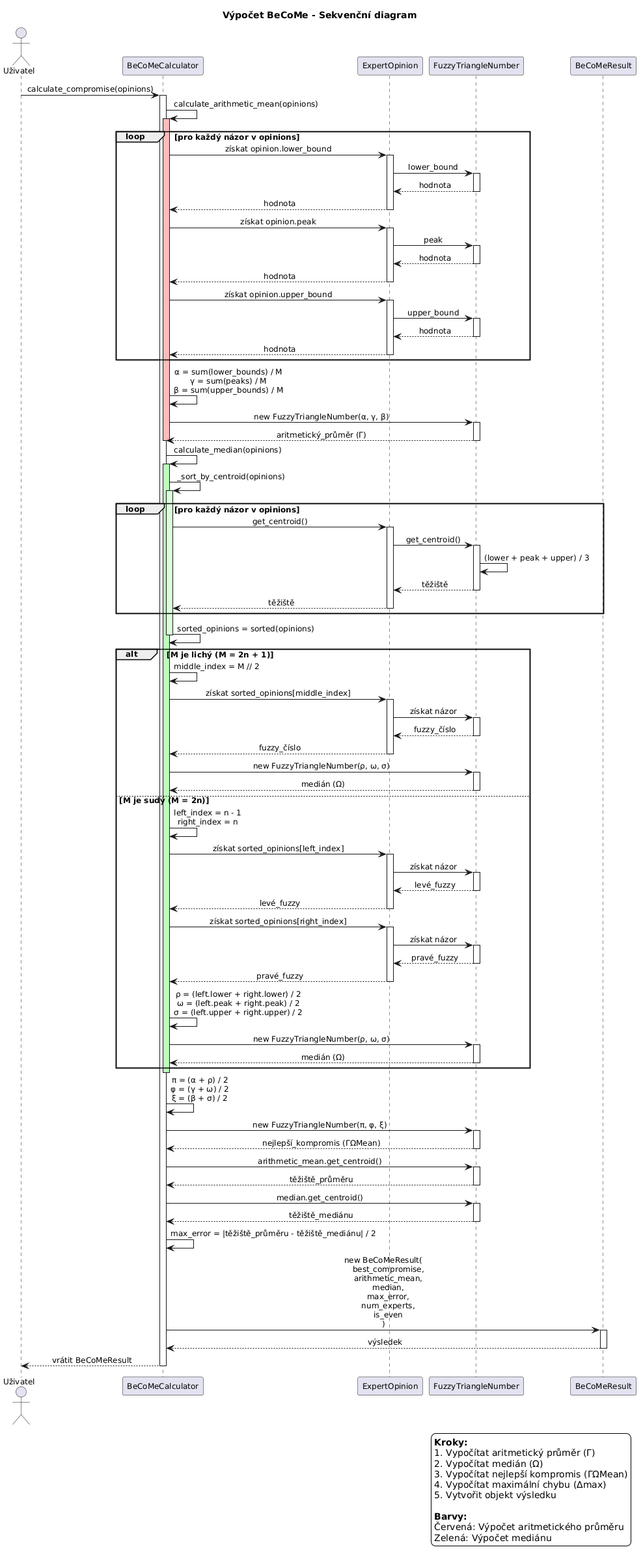
Before: docs/uml-diagrams/cs/diagrams/png/sequence-diagram.png, a diagram exported from PlantUML (caitlon/BeCoMe). The source it was exported from:
```plantuml
@startuml
skinparam sequenceMessageAlign center
skinparam backgroundColor #FFFFFF
skinparam shadowing false
skinparam defaultFontSize 12

title Výpočet BeCoMe - Sekvenční diagram

actor Uživatel
participant "BeCoMeCalculator" as Calculator
participant "ExpertOpinion" as Opinion
participant "FuzzyTriangleNumber" as Fuzzy
participant "BeCoMeResult" as Result

Uživatel -> Calculator: calculate_compromise(opinions)
activate Calculator

Calculator -> Calculator: calculate_arithmetic_mean(opinions)
activate Calculator #FFBBBB

loop pro každý názor v opinions
    Calculator -> Opinion: získat opinion.lower_bound
    activate Opinion
    Opinion -> Fuzzy: lower_bound
    activate Fuzzy
    return hodnota
    return hodnota

    Calculator -> Opinion: získat opinion.peak
    activate Opinion
    Opinion -> Fuzzy: peak
    activate Fuzzy
    return hodnota
    return hodnota

    Calculator -> Opinion: získat opinion.upper_bound
    activate Opinion
    Opinion -> Fuzzy: upper_bound
    activate Fuzzy
    return hodnota
    return hodnota
end

Calculator -> Calculator: α = sum(lower_bounds) / M\nγ = sum(peaks) / M\nβ = sum(upper_bounds) / M

Calculator -> Fuzzy: new FuzzyTriangleNumber(α, γ, β)
activate Fuzzy
return aritmetický_průměr (Γ)

deactivate Calculator

Calculator -> Calculator: calculate_median(opinions)
activate Calculator #BBFFBB

Calculator -> Calculator: _sort_by_centroid(opinions)
activate Calculator #DDFFDD

loop pro každý názor v opinions
    Calculator -> Opinion: get_centroid()
    activate Opinion
    Opinion -> Fuzzy: get_centroid()
    activate Fuzzy
    Fuzzy -> Fuzzy: (lower + peak + upper) / 3
    return těžiště
    return těžiště
end

Calculator -> Calculator: sorted_opinions = sorted(opinions)
deactivate Calculator

alt M je lichý (M = 2n + 1)
    Calculator -> Calculator: middle_index = M // 2
    Calculator -> Opinion: získat sorted_opinions[middle_index]
    activate Opinion
    Opinion -> Fuzzy: získat názor
    activate Fuzzy
    return fuzzy_číslo
    return fuzzy_číslo

    Calculator -> Fuzzy: new FuzzyTriangleNumber(ρ, ω, σ)
    activate Fuzzy
    return medián (Ω)

else M je sudý (M = 2n)
    Calculator -> Calculator: left_index = n - 1\nright_index = n

    Calculator -> Opinion: získat sorted_opinions[left_index]
    activate Opinion
    Opinion -> Fuzzy: získat názor
    activate Fuzzy
    return levé_fuzzy
    return levé_fuzzy

    Calculator -> Opinion: získat sorted_opinions[right_index]
    activate Opinion
    Opinion -> Fuzzy: získat názor
    activate Fuzzy
    return pravé_fuzzy
    return pravé_fuzzy

    Calculator -> Calculator: ρ = (left.lower + right.lower) / 2\nω = (left.peak + right.peak) / 2\nσ = (left.upper + right.upper) / 2

    Calculator -> Fuzzy: new FuzzyTriangleNumber(ρ, ω, σ)
    activate Fuzzy
    return medián (Ω)
end

deactivate Calculator

Calculator -> Calculator: π = (α + ρ) / 2\nφ = (γ + ω) / 2\nξ = (β + σ) / 2

Calculator -> Fuzzy: new FuzzyTriangleNumber(π, φ, ξ)
activate Fuzzy
return nejlepší_kompromis (ΓΩMean)

Calculator -> Fuzzy: arithmetic_mean.get_centroid()
activate Fuzzy
return těžiště_průměru

Calculator -> Fuzzy: median.get_centroid()
activate Fuzzy
return těžiště_mediánu

Calculator -> Calculator: max_error = |těžiště_průměru - těžiště_mediánu| / 2

Calculator -> Result: new BeCoMeResult(\n    best_compromise,\n    arithmetic_mean,\n    median,\n    max_error,\n    num_experts,\n    is_even\n)
activate Result
return výsledek

Calculator --> Uživatel: vrátit BeCoMeResult
deactivate Calculator

legend bottom right
    **Kroky:**
    1. Vypočítat aritmetický průměr (Γ)
    2. Vypočítat medián (Ω)
    3. Vypočítat nejlepší kompromis (ΓΩMean)
    4. Vypočítat maximální chybu (Δmax)
    5. Vytvořit objekt výsledku

    **Barvy:**
    Červená: Výpočet aritmetického průměru
    Zelená: Výpočet mediánu
endlegend
@enduml
```
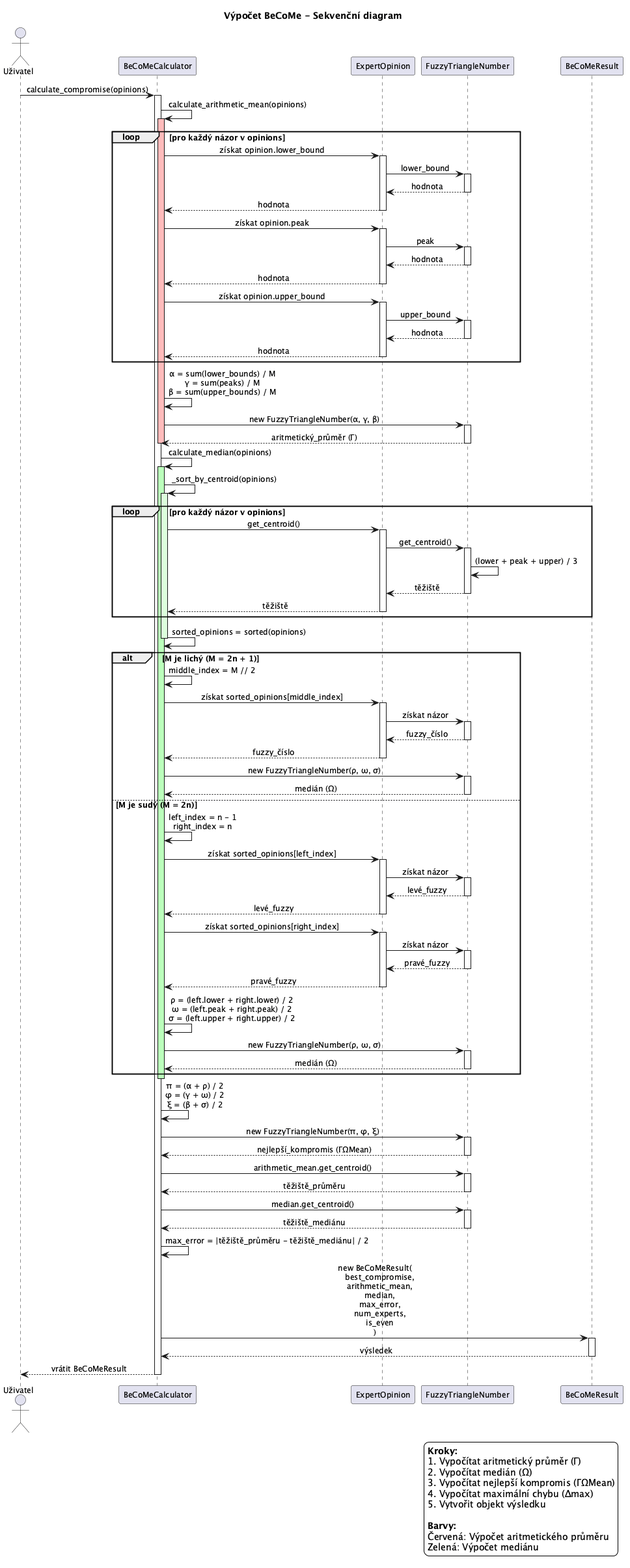
Above is the later version.

The edit, as a diff of the source:
```diff
@@ -1,4 +1,5 @@
-@startuml
+@startuml BeCoMe-Sequence-Diagram
+
 skinparam sequenceMessageAlign center
 skinparam backgroundColor #FFFFFF
 skinparam shadowing false
@@ -142,4 +143,5 @@
     Červená: Výpočet aritmetického průměru
     Zelená: Výpočet mediánu
 endlegend
+
 @enduml
```
